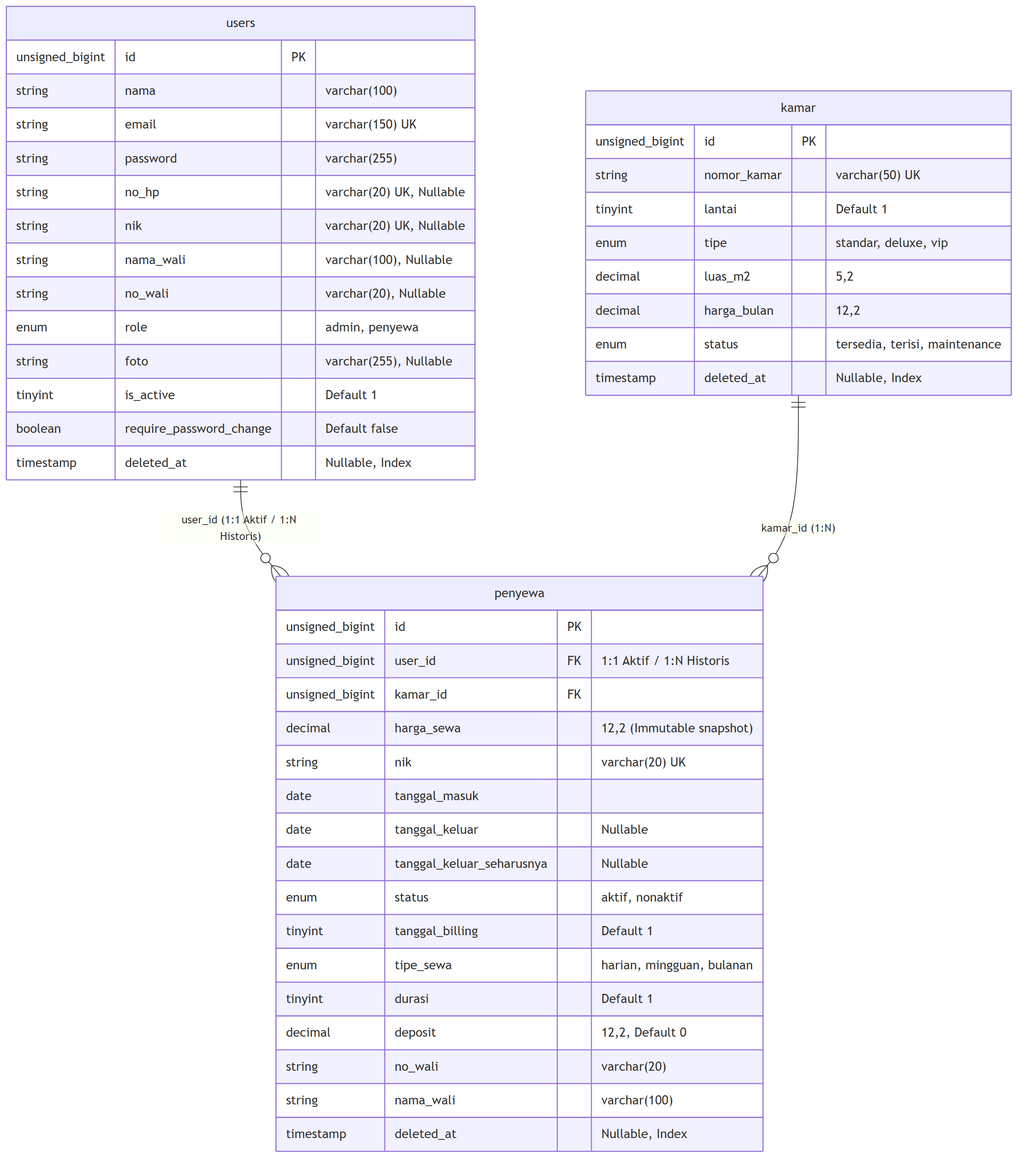
Above: Blueprint/erd/erd_relasi_users_kamar_penyewa.png in rafifarsyapradiva/asri-boarding-house (Mermaid), before the change. Its source is kept beside it as Blueprint/erd/erd_relasi_users_kamar_penyewa.mmd.
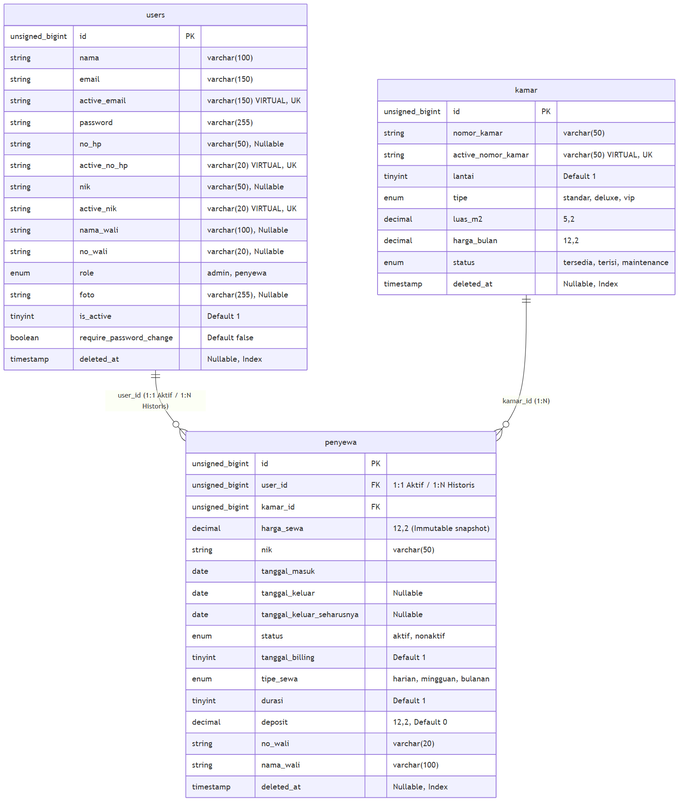
After the commit.

The edit, as a diff of the source:
```diff
@@ -5,10 +5,13 @@
     users {
         unsigned_bigint id PK
         string nama "varchar(100)"
-        string email "varchar(150) UK"
+        string email "varchar(150)"
+        string active_email "varchar(150) VIRTUAL, UK"
         string password "varchar(255)"
-        string no_hp "varchar(20) UK, Nullable"
-        string nik "varchar(20) UK, Nullable"
+        string no_hp "varchar(50), Nullable"
+        string active_no_hp "varchar(20) VIRTUAL, UK"
+        string nik "varchar(50), Nullable"
+        string active_nik "varchar(20) VIRTUAL, UK"
         string nama_wali "varchar(100), Nullable"
         string no_wali "varchar(20), Nullable"
         enum role "admin, penyewa"
@@ -22,7 +25,7 @@
         unsigned_bigint user_id FK "1:1 Aktif / 1:N Historis"
         unsigned_bigint kamar_id FK
         decimal harga_sewa "12,2 (Immutable snapshot)"
-        string nik "varchar(20) UK"
+        string nik "varchar(50)"
         date tanggal_masuk
         date tanggal_keluar "Nullable"
         date tanggal_keluar_seharusnya "Nullable"
@@ -37,7 +40,8 @@
     }
     kamar {
         unsigned_bigint id PK
-        string nomor_kamar "varchar(50) UK"
+        string nomor_kamar "varchar(50)"
+        string active_nomor_kamar "varchar(50) VIRTUAL, UK"
         tinyint lantai "Default 1"
         enum tipe "standar, deluxe, vip"
         decimal luas_m2 "5,2"
```
